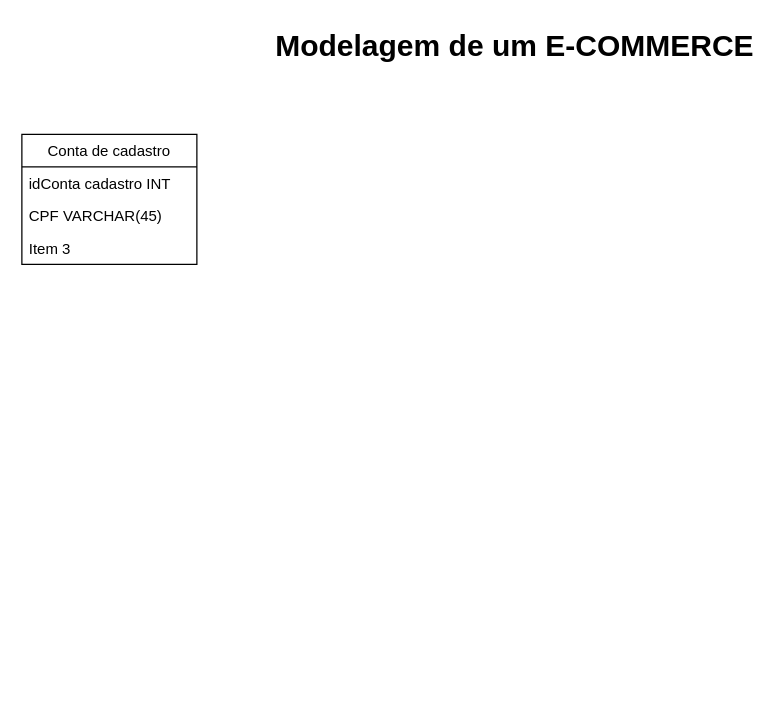
This is diagrama/Modelagem_banco_de_dados.drawio from otavioaugust1/DIO_Projeto_de_Banco_de_Dados_E-COMMERCE, a draw.io file, before an edit. Source tidied: cells renumbered, new cells numbered last; positions are measured from the earlier drawing's top-left corner, leaving out a move shared by most shapes. Both pictures are drawn from the tidied source at 125%, with x=0, y=0 at pixel (21, 21).
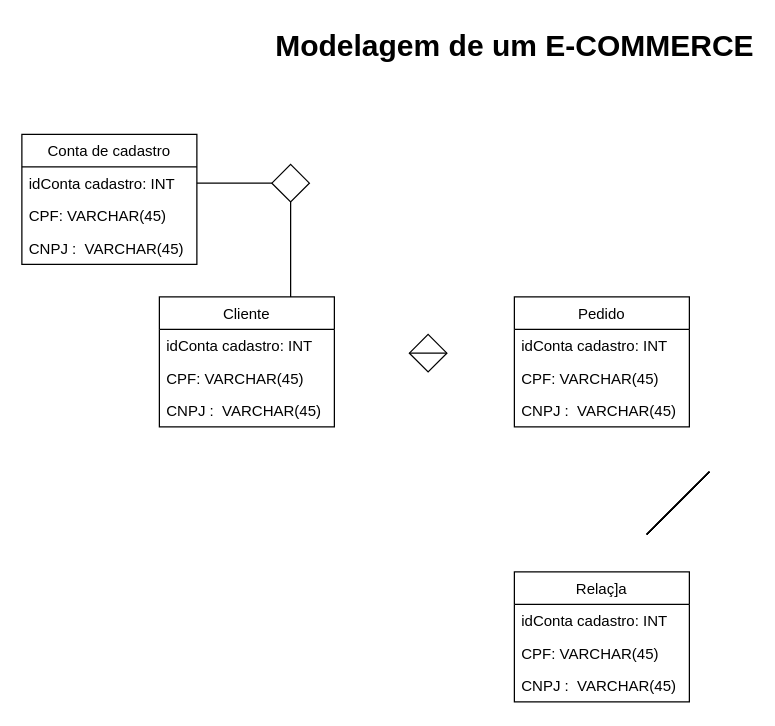
After the change.

The change refers to these unchanged cells:
```xml
<mxCell id="3" value="Conta de cadastro" style="swimlane;fontStyle=0;horizontal=1;startSize=26;fillColor=none;" parent="1" vertex="1">
  <mxGeometry y="90" width="140" height="104" as="geometry" />
</mxCell>
```

The edit, as a diff of the source:
```diff
@@
-    <mxCell id="4" value="idConta cadastro INT  " style="text;strokeColor=none;fillColor=none;align=left;verticalAlign=top;spacingLeft=4;spacingRight=4;overflow=hidden;points=[[0,0.5],[1,0.5]];portConstraint=eastwest;" parent="3" vertex="1">
+    <mxCell id="4" value="idConta cadastro: INT  " style="text;strokeColor=none;fillColor=none;align=left;verticalAlign=top;spacingLeft=4;spacingRight=4;overflow=hidden;points=[[0,0.5],[1,0.5]];portConstraint=eastwest;" parent="3" vertex="1">
       <mxGeometry y="26" width="140" height="26" as="geometry" />
     </mxCell>
-    <mxCell id="5" value="CPF VARCHAR(45)" style="text;strokeColor=none;fillColor=none;align=left;verticalAlign=top;spacingLeft=4;spacingRight=4;overflow=hidden;" parent="3" vertex="1">
+    <mxCell id="5" value="CPF: VARCHAR(45)" style="text;strokeColor=none;fillColor=none;align=left;verticalAlign=top;spacingLeft=4;spacingRight=4;overflow=hidden;" parent="3" vertex="1">
       <mxGeometry y="52" width="140" height="26" as="geometry" />
     </mxCell>
-    <mxCell id="6" value="Item 3" style="text;strokeColor=none;fillColor=none;align=left;verticalAlign=top;spacingLeft=4;spacingRight=4;overflow=hidden;" parent="3" vertex="1">
+    <mxCell id="6" value="CNPJ :  VARCHAR(45)" style="text;strokeColor=none;fillColor=none;align=left;verticalAlign=top;spacingLeft=4;spacingRight=4;overflow=hidden;" parent="3" vertex="1">
       <mxGeometry y="78" width="140" height="26" as="geometry" />
     </mxCell>
+    <mxCell id="7" value="Cliente" style="swimlane;fontStyle=0;horizontal=1;startSize=26;fillColor=none;" parent="1" vertex="1">
+      <mxGeometry x="110" y="220" width="140" height="104" as="geometry" />
+    </mxCell>
+    <mxCell id="8" value="idConta cadastro: INT  " style="text;strokeColor=none;fillColor=none;align=left;verticalAlign=top;spacingLeft=4;spacingRight=4;overflow=hidden;" parent="7" vertex="1">
+      <mxGeometry y="26" width="140" height="26" as="geometry" />
+    </mxCell>
+    <mxCell id="9" value="CPF: VARCHAR(45)" style="text;strokeColor=none;fillColor=none;align=left;verticalAlign=top;spacingLeft=4;spacingRight=4;overflow=hidden;" parent="7" vertex="1">
+      <mxGeometry y="52" width="140" height="26" as="geometry" />
+    </mxCell>
+    <mxCell id="10" value="CNPJ :  VARCHAR(45)" style="text;strokeColor=none;fillColor=none;align=left;verticalAlign=top;spacingLeft=4;spacingRight=4;overflow=hidden;" parent="7" vertex="1">
+      <mxGeometry y="78" width="140" height="26" as="geometry" />
+    </mxCell>
+    <mxCell id="11" style="shape=sortShape;perimeter=rhombusPerimeter;whiteSpace=wrap;html=1;" parent="1" vertex="1">
+      <mxGeometry x="310" y="250" width="30" height="30" as="geometry" />
+    </mxCell>
+    <mxCell id="12" style="rhombus;whiteSpace=wrap;html=1;" parent="1" vertex="1">
+      <mxGeometry x="200" y="114" width="30" height="30" as="geometry" />
+    </mxCell>
+    <mxCell id="13" style="endArrow=none;html=1;" parent="1" edge="1">
+      <mxGeometry relative="1" as="geometry">
+        <mxPoint x="500" y="410" as="sourcePoint" />
+        <mxPoint x="550" y="360" as="targetPoint" />
+      </mxGeometry>
+    </mxCell>
+    <mxCell id="14" style="endArrow=none;html=1;" parent="1" edge="1">
+      <mxGeometry relative="1" as="geometry">
+        <mxPoint x="500" y="410" as="sourcePoint" />
+        <mxPoint x="550" y="360" as="targetPoint" />
+      </mxGeometry>
+    </mxCell>
+    <mxCell id="15" style="endArrow=none;html=1;" parent="1" edge="1">
+      <mxGeometry relative="1" as="geometry">
+        <mxPoint x="500" y="410" as="sourcePoint" />
+        <mxPoint x="550" y="360" as="targetPoint" />
+      </mxGeometry>
+    </mxCell>
+    <mxCell id="16" style="endArrow=none;html=1;" parent="1" edge="1">
+      <mxGeometry relative="1" as="geometry">
+        <mxPoint x="500" y="410" as="sourcePoint" />
+        <mxPoint x="550" y="360" as="targetPoint" />
+      </mxGeometry>
+    </mxCell>
+    <mxCell id="17" style="endArrow=none;html=1;" parent="1" edge="1">
+      <mxGeometry relative="1" as="geometry">
+        <mxPoint x="500" y="410" as="sourcePoint" />
+        <mxPoint x="550" y="360" as="targetPoint" />
+      </mxGeometry>
+    </mxCell>
+    <mxCell id="18" style="endArrow=none;html=1;" parent="1" edge="1">
+      <mxGeometry relative="1" as="geometry">
+        <mxPoint x="500" y="410" as="sourcePoint" />
+        <mxPoint x="550" y="360" as="targetPoint" />
+      </mxGeometry>
+    </mxCell>
+    <mxCell id="19" style="endArrow=none;html=1;" parent="1" edge="1">
+      <mxGeometry relative="1" as="geometry">
+        <mxPoint x="500" y="410" as="sourcePoint" />
+        <mxPoint x="550" y="360" as="targetPoint" />
+      </mxGeometry>
+    </mxCell>
+    <mxCell id="20" style="endArrow=none;html=1;" parent="1" edge="1">
+      <mxGeometry relative="1" as="geometry">
+        <mxPoint x="500" y="410" as="sourcePoint" />
+        <mxPoint x="550" y="360" as="targetPoint" />
+      </mxGeometry>
+    </mxCell>
+    <mxCell id="21" style="endArrow=none;html=1;" parent="1" edge="1">
+      <mxGeometry relative="1" as="geometry">
+        <mxPoint x="500" y="410" as="sourcePoint" />
+        <mxPoint x="550" y="360" as="targetPoint" />
+      </mxGeometry>
+    </mxCell>
+    <mxCell id="22" style="endArrow=none;html=1;exitX=0.5;exitY=1;exitDx=0;exitDy=0;entryX=0.75;entryY=0;entryDx=0;entryDy=0;" parent="1" edge="1" source="12" target="7">
+      <mxGeometry relative="1" as="geometry" />
+    </mxCell>
+    <mxCell id="23" style="endArrow=none;html=1;exitX=1;exitY=0.5;exitDx=0;exitDy=0;entryX=0;entryY=0.5;entryDx=0;entryDy=0;" parent="1" edge="1" source="4" target="12">
+      <mxGeometry relative="1" as="geometry" />
+    </mxCell>
+    <mxCell id="24" value="Pedido" style="swimlane;fontStyle=0;horizontal=1;startSize=26;fillColor=none;" parent="1" vertex="1">
+      <mxGeometry x="394" y="220" width="140" height="104" as="geometry" />
+    </mxCell>
+    <mxCell id="25" value="idConta cadastro: INT  " style="text;strokeColor=none;fillColor=none;align=left;verticalAlign=top;spacingLeft=4;spacingRight=4;overflow=hidden;" parent="24" vertex="1">
+      <mxGeometry y="26" width="140" height="26" as="geometry" />
+    </mxCell>
+    <mxCell id="26" value="CPF: VARCHAR(45)" style="text;strokeColor=none;fillColor=none;align=left;verticalAlign=top;spacingLeft=4;spacingRight=4;overflow=hidden;" parent="24" vertex="1">
+      <mxGeometry y="52" width="140" height="26" as="geometry" />
+    </mxCell>
+    <mxCell id="27" value="CNPJ :  VARCHAR(45)" style="text;strokeColor=none;fillColor=none;align=left;verticalAlign=top;spacingLeft=4;spacingRight=4;overflow=hidden;" parent="24" vertex="1">
+      <mxGeometry y="78" width="140" height="26" as="geometry" />
+    </mxCell>
+    <mxCell id="28" value="Relaç]a" style="swimlane;fontStyle=0;horizontal=1;startSize=26;fillColor=none;" parent="1" vertex="1">
+      <mxGeometry x="394" y="440" width="140" height="104" as="geometry" />
+    </mxCell>
+    <mxCell id="29" value="idConta cadastro: INT  " style="text;strokeColor=none;fillColor=none;align=left;verticalAlign=top;spacingLeft=4;spacingRight=4;overflow=hidden;" parent="28" vertex="1">
+      <mxGeometry y="26" width="140" height="26" as="geometry" />
+    </mxCell>
+    <mxCell id="30" value="CPF: VARCHAR(45)" style="text;strokeColor=none;fillColor=none;align=left;verticalAlign=top;spacingLeft=4;spacingRight=4;overflow=hidden;" parent="28" vertex="1">
+      <mxGeometry y="52" width="140" height="26" as="geometry" />
+    </mxCell>
+    <mxCell id="31" value="CNPJ :  VARCHAR(45)" style="text;strokeColor=none;fillColor=none;align=left;verticalAlign=top;spacingLeft=4;spacingRight=4;overflow=hidden;" parent="28" vertex="1">
+      <mxGeometry y="78" width="140" height="26" as="geometry" />
+    </mxCell>
```
